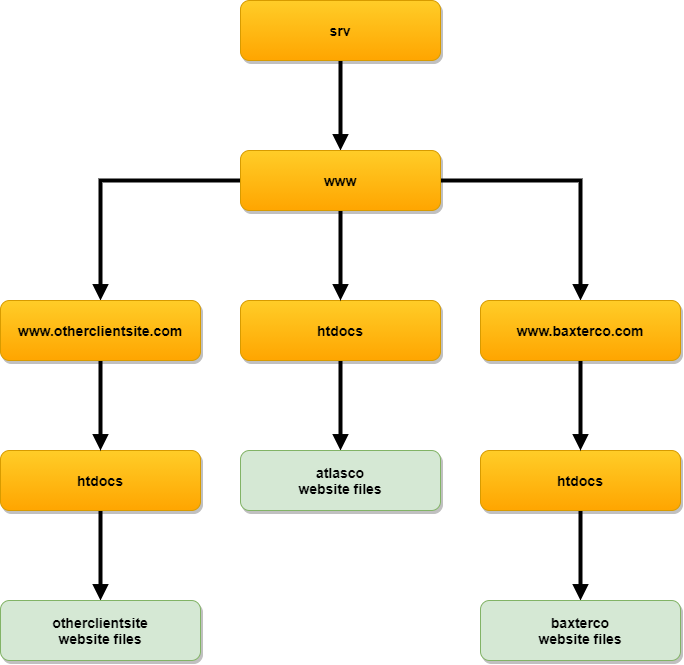
The draw.io diagram Managing a Web Server/Assessment 5/hierarchical_diagram.png in cogilv25/HND-CS, before a commit. Source tidied: cells renumbered, new cells last; positions are measured from the earlier drawing's top-left corner, leaving out a move shared by most shapes.
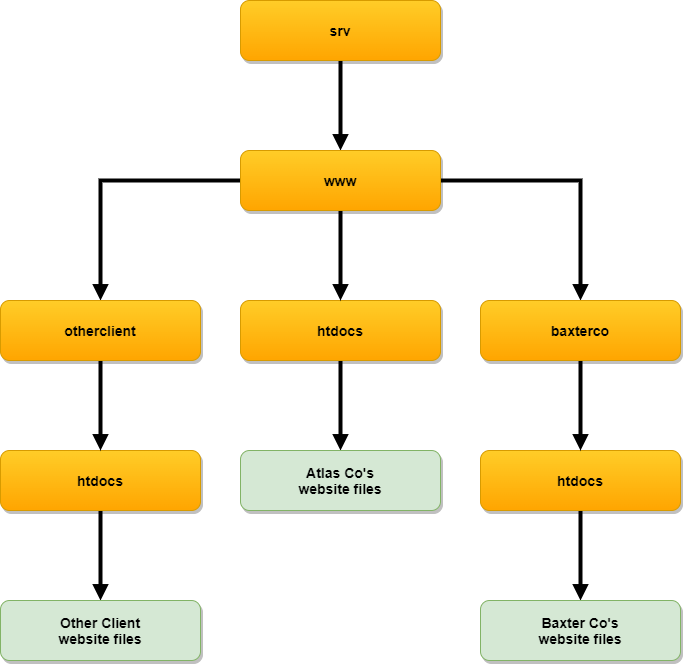
After the commit.

Diff of the diagram source:
```diff
@@ -40,25 +40,25 @@
     <mxCell id="13" value="htdocs" style="whiteSpace=wrap;html=1;rounded=1;shadow=1;fontSize=14;fontStyle=1;strokeColor=#d79b00;fillColor=#ffcd28;gradientColor=#ffa500;" parent="1" vertex="1">
       <mxGeometry y="450" width="200" height="60" as="geometry" />
     </mxCell>
-    <mxCell id="14" value="baxterco&lt;br&gt;website files" style="whiteSpace=wrap;html=1;rounded=1;shadow=1;fontSize=14;fontStyle=1;strokeColor=#82b366;fillColor=#d5e8d4;" parent="1" vertex="1">
+    <mxCell id="14" value="Baxter Co's&lt;br&gt;website files" style="whiteSpace=wrap;html=1;rounded=1;shadow=1;fontSize=14;fontStyle=1;strokeColor=#82b366;fillColor=#d5e8d4;" parent="1" vertex="1">
       <mxGeometry x="480" y="600" width="200" height="60" as="geometry" />
     </mxCell>
-    <mxCell id="15" value="atlasco&lt;br&gt;website files" style="whiteSpace=wrap;html=1;rounded=1;shadow=1;fontSize=14;fontStyle=1;strokeColor=#82b366;fillColor=#d5e8d4;" parent="1" vertex="1">
+    <mxCell id="15" value="Atlas Co's&lt;br&gt;website files" style="whiteSpace=wrap;html=1;rounded=1;shadow=1;fontSize=14;fontStyle=1;strokeColor=#82b366;fillColor=#d5e8d4;" parent="1" vertex="1">
       <mxGeometry x="240" y="450" width="200" height="60" as="geometry" />
     </mxCell>
-    <mxCell id="16" value="otherclientsite&lt;br&gt;website files" style="whiteSpace=wrap;html=1;rounded=1;shadow=1;fontSize=14;fontStyle=1;strokeColor=#82b366;fillColor=#d5e8d4;" parent="1" vertex="1">
+    <mxCell id="16" value="Other Client&lt;br&gt;website files" style="whiteSpace=wrap;html=1;rounded=1;shadow=1;fontSize=14;fontStyle=1;strokeColor=#82b366;fillColor=#d5e8d4;" parent="1" vertex="1">
       <mxGeometry y="600" width="200" height="60" as="geometry" />
     </mxCell>
     <mxCell id="17" style="edgeStyle=orthogonalEdgeStyle;rounded=0;jettySize=auto;html=1;entryX=0.5;entryY=0;entryDx=0;entryDy=0;strokeWidth=4;endArrow=block;endFill=1;" parent="1" edge="1" source="18" target="13">
       <mxGeometry relative="1" as="geometry" />
     </mxCell>
-    <mxCell id="18" value="www.otherclientsite.com" style="whiteSpace=wrap;html=1;rounded=1;shadow=1;fontSize=14;fontStyle=1;strokeColor=#d79b00;fillColor=#ffcd28;gradientColor=#ffa500;" parent="1" vertex="1">
+    <mxCell id="18" value="otherclient" style="whiteSpace=wrap;html=1;rounded=1;shadow=1;fontSize=14;fontStyle=1;strokeColor=#d79b00;fillColor=#ffcd28;gradientColor=#ffa500;" parent="1" vertex="1">
       <mxGeometry y="300" width="200" height="60" as="geometry" />
     </mxCell>
     <mxCell id="19" style="edgeStyle=orthogonalEdgeStyle;rounded=0;jettySize=auto;html=1;entryX=0.5;entryY=0;entryDx=0;entryDy=0;strokeWidth=4;endArrow=block;endFill=1;" parent="1" edge="1" source="20" target="7">
       <mxGeometry relative="1" as="geometry" />
     </mxCell>
-    <mxCell id="20" value="www.baxterco.com" style="whiteSpace=wrap;html=1;rounded=1;shadow=1;fontSize=14;fontStyle=1;strokeColor=#d79b00;fillColor=#ffcd28;gradientColor=#ffa500;" parent="1" vertex="1">
+    <mxCell id="20" value="baxterco" style="whiteSpace=wrap;html=1;rounded=1;shadow=1;fontSize=14;fontStyle=1;strokeColor=#d79b00;fillColor=#ffcd28;gradientColor=#ffa500;" parent="1" vertex="1">
       <mxGeometry x="480" y="300" width="200" height="60" as="geometry" />
     </mxCell>
   </root>
```
